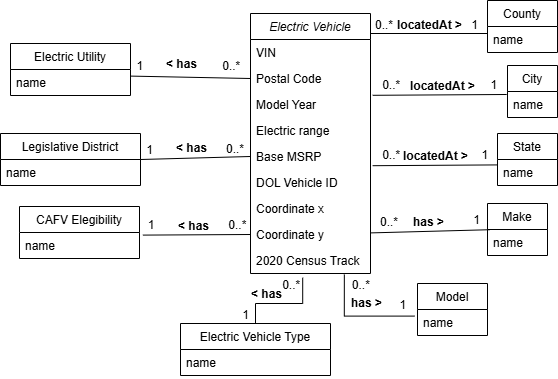
Above: Alejandro_Carrasco_Nunez/images/conceptualizacion.png in AEPIA-WebSemanticaDatosEnlazados/Curso20242025 (draw.io), before the change. Source tidied: cells renumbered, new cells last; positions are measured from the earlier drawing's top-left corner, leaving out a move shared by most shapes. The source it was exported from:
```xml
<mxGraphModel>
  <root>
    <mxCell id="0" />
    <mxCell id="1" parent="0" />
    <mxCell id="2" value="Electric Vehicle" style="swimlane;fontStyle=2;align=center;verticalAlign=top;horizontal=1;startSize=26;rounded=0;shadow=0;strokeWidth=1;" parent="1" vertex="1">
      <mxGeometry x="250" y="13" width="120" height="260" as="geometry" />
    </mxCell>
    <mxCell id="3" value="VIN" style="text;align=left;verticalAlign=top;spacingLeft=4;spacingRight=4;overflow=hidden;" parent="2" vertex="1">
      <mxGeometry y="26" width="120" height="26" as="geometry" />
    </mxCell>
    <mxCell id="4" value="Postal Code" style="text;align=left;verticalAlign=top;spacingLeft=4;spacingRight=4;overflow=hidden;points=[[0,0.5],[1,0.5]];portConstraint=eastwest;rounded=0;shadow=0;html=0;" parent="2" vertex="1">
      <mxGeometry y="52" width="120" height="26" as="geometry" />
    </mxCell>
    <mxCell id="5" value="Model Year" style="text;align=left;verticalAlign=top;spacingLeft=4;spacingRight=4;overflow=hidden;points=[[0,0.5],[1,0.5]];portConstraint=eastwest;rounded=0;shadow=0;html=0;" parent="2" vertex="1">
      <mxGeometry y="78" width="120" height="26" as="geometry" />
    </mxCell>
    <mxCell id="6" value="Electric range" style="text;align=left;verticalAlign=top;spacingLeft=4;spacingRight=4;overflow=hidden;" parent="2" vertex="1">
      <mxGeometry y="104" width="120" height="26" as="geometry" />
    </mxCell>
    <mxCell id="7" value="Base MSRP" style="text;align=left;verticalAlign=top;spacingLeft=4;spacingRight=4;overflow=hidden;points=[[0,0.5],[1,0.5]];portConstraint=eastwest;" parent="2" vertex="1">
      <mxGeometry y="130" width="120" height="26" as="geometry" />
    </mxCell>
    <mxCell id="8" value="DOL Vehicle ID" style="text;align=left;verticalAlign=top;spacingLeft=4;spacingRight=4;overflow=hidden;" parent="2" vertex="1">
      <mxGeometry y="156" width="120" height="26" as="geometry" />
    </mxCell>
    <mxCell id="9" value="Coordinate x" style="text;align=left;verticalAlign=top;spacingLeft=4;spacingRight=4;overflow=hidden;" parent="2" vertex="1">
      <mxGeometry y="182" width="120" height="26" as="geometry" />
    </mxCell>
    <mxCell id="10" value="Coordinate y" style="text;align=left;verticalAlign=top;spacingLeft=4;spacingRight=4;overflow=hidden;points=[[0,0.5],[1,0.5]];portConstraint=eastwest;" parent="2" vertex="1">
      <mxGeometry y="208" width="120" height="26" as="geometry" />
    </mxCell>
    <mxCell id="11" value="2020 Census Track" style="text;align=left;verticalAlign=top;spacingLeft=4;spacingRight=4;overflow=hidden;points=[[0,0.5],[1,0.5]];portConstraint=eastwest;" parent="2" vertex="1">
      <mxGeometry y="234" width="120" height="26" as="geometry" />
    </mxCell>
    <mxCell id="12" value="County" style="swimlane;fontStyle=0;align=center;verticalAlign=top;horizontal=1;startSize=26;rounded=0;shadow=0;strokeWidth=1;" parent="1" vertex="1">
      <mxGeometry x="487" width="70" height="52" as="geometry" />
    </mxCell>
    <mxCell id="13" value="name" style="text;align=left;verticalAlign=top;spacingLeft=4;spacingRight=4;overflow=hidden;" parent="12" vertex="1">
      <mxGeometry y="26" width="70" height="26" as="geometry" />
    </mxCell>
    <mxCell id="14" style="endArrow=none;shadow=0;strokeWidth=1;rounded=0;curved=0;endFill=1;edgeStyle=elbowEdgeStyle;elbow=vertical;startFill=0;" parent="1" edge="1" source="2" target="12">
      <mxGeometry x="0.5" y="41" relative="1" as="geometry">
        <mxPoint x="-40" y="32" as="offset" />
      </mxGeometry>
    </mxCell>
    <mxCell id="15" value="0..*" style="align=left;verticalAlign=bottom;labelBackgroundColor=none;fontSize=12;" parent="14" vertex="1">
      <mxGeometry x="-1" relative="1" as="geometry">
        <mxPoint x="3" as="offset" />
      </mxGeometry>
    </mxCell>
    <mxCell id="16" value="1" style="align=right;verticalAlign=bottom;labelBackgroundColor=none;fontSize=12;" parent="14" vertex="1">
      <mxGeometry x="1" relative="1" as="geometry">
        <mxPoint x="-8" as="offset" />
      </mxGeometry>
    </mxCell>
    <mxCell id="17" value="&lt;b&gt;locatedAt &amp;gt;&lt;/b&gt;" style="text;html=1;align=center;verticalAlign=middle;labelBackgroundColor=none;rounded=0;shadow=0;strokeWidth=1;fontSize=12;" parent="14" vertex="1">
      <mxGeometry x="0.5" y="49" relative="1" as="geometry">
        <mxPoint x="-30" y="40" as="offset" />
      </mxGeometry>
    </mxCell>
    <mxCell id="18" value="City" style="swimlane;fontStyle=0;align=center;verticalAlign=top;horizontal=1;startSize=26;rounded=0;shadow=0;strokeWidth=1;" parent="1" vertex="1">
      <mxGeometry x="507" y="65" width="50" height="52" as="geometry" />
    </mxCell>
    <mxCell id="19" value="name" style="text;align=left;verticalAlign=top;spacingLeft=4;spacingRight=4;overflow=hidden;points=[[0,0.5],[1,0.5]];portConstraint=eastwest;" parent="18" vertex="1">
      <mxGeometry y="26" width="50" height="26" as="geometry" />
    </mxCell>
    <mxCell id="20" value="State" style="swimlane;fontStyle=0;align=center;verticalAlign=top;horizontal=1;startSize=26;rounded=0;shadow=0;strokeWidth=1;" parent="1" vertex="1">
      <mxGeometry x="497" y="133" width="60" height="52" as="geometry" />
    </mxCell>
    <mxCell id="21" value="name" style="text;align=left;verticalAlign=top;spacingLeft=4;spacingRight=4;overflow=hidden;points=[[0,0.5],[1,0.5]];portConstraint=eastwest;" parent="20" vertex="1">
      <mxGeometry y="26" width="60" height="26" as="geometry" />
    </mxCell>
    <mxCell id="22" value="Make" style="swimlane;fontStyle=0;align=center;verticalAlign=top;horizontal=1;startSize=26;rounded=0;shadow=0;strokeWidth=1;" parent="1" vertex="1">
      <mxGeometry x="487" y="203" width="60" height="52" as="geometry" />
    </mxCell>
    <mxCell id="23" value="name" style="text;align=left;verticalAlign=top;spacingLeft=4;spacingRight=4;overflow=hidden;points=[[0,0.5],[1,0.5]];portConstraint=eastwest;" parent="22" vertex="1">
      <mxGeometry y="26" width="60" height="26" as="geometry" />
    </mxCell>
    <mxCell id="24" value="Model" style="swimlane;fontStyle=0;align=center;verticalAlign=top;horizontal=1;startSize=26;rounded=0;shadow=0;strokeWidth=1;" parent="1" vertex="1">
      <mxGeometry x="417" y="283" width="70" height="52" as="geometry" />
    </mxCell>
    <mxCell id="25" value="name" style="text;align=left;verticalAlign=top;spacingLeft=4;spacingRight=4;overflow=hidden;points=[[0,0.5],[1,0.5]];portConstraint=eastwest;" parent="24" vertex="1">
      <mxGeometry y="26" width="70" height="26" as="geometry" />
    </mxCell>
    <mxCell id="26" value="Electric Vehicle Type" style="swimlane;fontStyle=0;align=center;verticalAlign=top;horizontal=1;startSize=26;rounded=0;shadow=0;strokeWidth=1;" parent="1" vertex="1">
      <mxGeometry x="180" y="323" width="150" height="52" as="geometry" />
    </mxCell>
    <mxCell id="27" value="name" style="text;align=left;verticalAlign=top;spacingLeft=4;spacingRight=4;overflow=hidden;" parent="26" vertex="1">
      <mxGeometry y="26" width="150" height="26" as="geometry" />
    </mxCell>
    <mxCell id="28" value="CAFV Elegibility" style="swimlane;fontStyle=0;align=center;verticalAlign=top;horizontal=1;startSize=26;rounded=0;shadow=0;strokeWidth=1;" parent="1" vertex="1">
      <mxGeometry x="19" y="206" width="120" height="52" as="geometry" />
    </mxCell>
    <mxCell id="29" value="name" style="text;align=left;verticalAlign=top;spacingLeft=4;spacingRight=4;overflow=hidden;points=[[0,0.5],[1,0.5]];portConstraint=eastwest;" parent="28" vertex="1">
      <mxGeometry y="26" width="120" height="26" as="geometry" />
    </mxCell>
    <mxCell id="30" value="Legislative District" style="swimlane;fontStyle=0;align=center;verticalAlign=top;horizontal=1;startSize=26;rounded=0;shadow=0;strokeWidth=1;" parent="1" vertex="1">
      <mxGeometry y="133" width="140" height="52" as="geometry" />
    </mxCell>
    <mxCell id="31" value="name" style="text;align=left;verticalAlign=top;spacingLeft=4;spacingRight=4;overflow=hidden;" parent="30" vertex="1">
      <mxGeometry y="26" width="140" height="26" as="geometry" />
    </mxCell>
    <mxCell id="32" value="Electric Utility" style="swimlane;fontStyle=0;align=center;verticalAlign=top;horizontal=1;startSize=26;rounded=0;shadow=0;strokeWidth=1;" parent="1" vertex="1">
      <mxGeometry x="10" y="43" width="120" height="52" as="geometry" />
    </mxCell>
    <mxCell id="33" value="name" style="text;align=left;verticalAlign=top;spacingLeft=4;spacingRight=4;overflow=hidden;points=[[0,0.5],[1,0.5]];portConstraint=eastwest;" parent="32" vertex="1">
      <mxGeometry y="26" width="120" height="26" as="geometry" />
    </mxCell>
    <mxCell id="34" style="endArrow=none;shadow=0;strokeWidth=1;rounded=0;endFill=1;elbow=vertical;startFill=0;entryX=-0.016;entryY=0.115;entryDx=0;entryDy=0;exitX=1.018;exitY=0.146;exitDx=0;exitDy=0;exitPerimeter=0;entryPerimeter=0;" parent="1" edge="1" source="5" target="19">
      <mxGeometry x="0.5" y="41" relative="1" as="geometry">
        <mxPoint x="-40" y="32" as="offset" />
      </mxGeometry>
    </mxCell>
    <mxCell id="35" value="0..*" style="align=left;verticalAlign=bottom;labelBackgroundColor=none;fontSize=12;" parent="34" vertex="1">
      <mxGeometry x="-1" relative="1" as="geometry">
        <mxPoint x="8" y="-2" as="offset" />
      </mxGeometry>
    </mxCell>
    <mxCell id="36" value="1" style="align=right;verticalAlign=bottom;labelBackgroundColor=none;fontSize=12;" parent="34" vertex="1">
      <mxGeometry x="1" relative="1" as="geometry">
        <mxPoint x="-8" y="-1" as="offset" />
      </mxGeometry>
    </mxCell>
    <mxCell id="37" value="&lt;b&gt;locatedAt &amp;gt;&lt;/b&gt;" style="text;html=1;align=center;verticalAlign=middle;labelBackgroundColor=none;rounded=0;shadow=0;strokeWidth=1;fontSize=12;" parent="34" vertex="1">
      <mxGeometry x="0.5" y="49" relative="1" as="geometry">
        <mxPoint x="-31" y="40" as="offset" />
      </mxGeometry>
    </mxCell>
    <mxCell id="38" style="endArrow=none;shadow=0;strokeWidth=1;rounded=0;endFill=1;elbow=vertical;startFill=0;entryX=0;entryY=0.208;entryDx=0;entryDy=0;exitX=1.018;exitY=0.854;exitDx=0;exitDy=0;exitPerimeter=0;entryPerimeter=0;" parent="1" edge="1" source="7" target="21">
      <mxGeometry x="0.5" y="41" relative="1" as="geometry">
        <mxPoint x="-40" y="32" as="offset" />
      </mxGeometry>
    </mxCell>
    <mxCell id="39" value="0..*" style="align=left;verticalAlign=bottom;labelBackgroundColor=none;fontSize=12;" parent="38" vertex="1">
      <mxGeometry x="-1" relative="1" as="geometry">
        <mxPoint x="8" y="-2" as="offset" />
      </mxGeometry>
    </mxCell>
    <mxCell id="40" value="1" style="align=right;verticalAlign=bottom;labelBackgroundColor=none;fontSize=12;" parent="38" vertex="1">
      <mxGeometry x="1" relative="1" as="geometry">
        <mxPoint x="-8" y="-1" as="offset" />
      </mxGeometry>
    </mxCell>
    <mxCell id="41" value="&lt;b&gt;locatedAt &amp;gt;&lt;/b&gt;" style="text;html=1;align=center;verticalAlign=middle;labelBackgroundColor=none;rounded=0;shadow=0;strokeWidth=1;fontSize=12;" parent="38" vertex="1">
      <mxGeometry x="0.5" y="49" relative="1" as="geometry">
        <mxPoint x="-31" y="40" as="offset" />
      </mxGeometry>
    </mxCell>
    <mxCell id="42" style="endArrow=none;shadow=0;strokeWidth=1;rounded=0;endFill=1;elbow=vertical;startFill=0;entryX=0.04;entryY=0.008;entryDx=0;entryDy=0;entryPerimeter=0;" parent="1" edge="1" source="10" target="23">
      <mxGeometry x="0.5" y="41" relative="1" as="geometry">
        <mxPoint x="-40" y="32" as="offset" />
      </mxGeometry>
    </mxCell>
    <mxCell id="43" value="0..*" style="align=left;verticalAlign=bottom;labelBackgroundColor=none;fontSize=12;" parent="42" vertex="1">
      <mxGeometry x="-1" relative="1" as="geometry">
        <mxPoint x="8" y="-2" as="offset" />
      </mxGeometry>
    </mxCell>
    <mxCell id="44" value="1" style="align=right;verticalAlign=bottom;labelBackgroundColor=none;fontSize=12;" parent="42" vertex="1">
      <mxGeometry x="1" relative="1" as="geometry">
        <mxPoint x="-8" y="-1" as="offset" />
      </mxGeometry>
    </mxCell>
    <mxCell id="45" value="&lt;b&gt;has &amp;gt;&lt;/b&gt;" style="text;html=1;align=center;verticalAlign=middle;labelBackgroundColor=none;rounded=0;shadow=0;strokeWidth=1;fontSize=12;" parent="42" vertex="1">
      <mxGeometry x="0.5" y="49" relative="1" as="geometry">
        <mxPoint x="-31" y="40" as="offset" />
      </mxGeometry>
    </mxCell>
    <mxCell id="46" style="endArrow=none;shadow=0;strokeWidth=1;rounded=0;endFill=1;elbow=vertical;startFill=0;entryX=-0.043;entryY=0.254;entryDx=0;entryDy=0;entryPerimeter=0;exitX=0.782;exitY=1.038;exitDx=0;exitDy=0;exitPerimeter=0;edgeStyle=orthogonalEdgeStyle;" parent="1" edge="1" source="11" target="25">
      <mxGeometry x="0.5" y="41" relative="1" as="geometry">
        <mxPoint x="-40" y="32" as="offset" />
      </mxGeometry>
    </mxCell>
    <mxCell id="47" value="0..*" style="align=left;verticalAlign=bottom;labelBackgroundColor=none;fontSize=12;" parent="46" vertex="1">
      <mxGeometry x="-1" relative="1" as="geometry">
        <mxPoint x="6" y="19" as="offset" />
      </mxGeometry>
    </mxCell>
    <mxCell id="48" value="1" style="align=right;verticalAlign=bottom;labelBackgroundColor=none;fontSize=12;" parent="46" vertex="1">
      <mxGeometry x="1" relative="1" as="geometry">
        <mxPoint x="-7" y="-3" as="offset" />
      </mxGeometry>
    </mxCell>
    <mxCell id="49" value="&lt;b&gt;has &amp;gt;&lt;/b&gt;" style="text;html=1;align=center;verticalAlign=middle;labelBackgroundColor=none;rounded=0;shadow=0;strokeWidth=1;fontSize=12;" parent="46" vertex="1">
      <mxGeometry x="0.5" y="49" relative="1" as="geometry">
        <mxPoint x="-21" y="36" as="offset" />
      </mxGeometry>
    </mxCell>
    <mxCell id="50" style="endArrow=none;shadow=0;strokeWidth=1;rounded=0;endFill=1;elbow=vertical;startFill=0;entryX=0.5;entryY=0;entryDx=0;entryDy=0;exitX=0.435;exitY=1.162;exitDx=0;exitDy=0;exitPerimeter=0;edgeStyle=orthogonalEdgeStyle;" parent="1" edge="1" source="11" target="26">
      <mxGeometry x="0.5" y="41" relative="1" as="geometry">
        <Array as="points">
          <mxPoint x="302" y="303" />
          <mxPoint x="255" y="303" />
        </Array>
        <mxPoint x="-40" y="32" as="offset" />
      </mxGeometry>
    </mxCell>
    <mxCell id="51" value="0..*" style="align=left;verticalAlign=bottom;labelBackgroundColor=none;fontSize=12;" parent="50" vertex="1">
      <mxGeometry x="-1" relative="1" as="geometry">
        <mxPoint x="-22" y="16" as="offset" />
      </mxGeometry>
    </mxCell>
    <mxCell id="52" value="1" style="align=right;verticalAlign=bottom;labelBackgroundColor=none;fontSize=12;" parent="50" vertex="1">
      <mxGeometry x="1" relative="1" as="geometry">
        <mxPoint x="-5" as="offset" />
      </mxGeometry>
    </mxCell>
    <mxCell id="53" value="&lt;b&gt;&amp;lt; has&lt;/b&gt;" style="text;html=1;align=center;verticalAlign=middle;labelBackgroundColor=none;rounded=0;shadow=0;strokeWidth=1;fontSize=12;" parent="50" vertex="1">
      <mxGeometry x="0.5" y="49" relative="1" as="geometry">
        <mxPoint x="8" y="-59" as="offset" />
      </mxGeometry>
    </mxCell>
    <mxCell id="54" style="endArrow=none;shadow=0;strokeWidth=1;rounded=0;endFill=1;elbow=vertical;startFill=0;entryX=0;entryY=0.5;entryDx=0;entryDy=0;exitX=1.028;exitY=0.1;exitDx=0;exitDy=0;exitPerimeter=0;" parent="1" edge="1" source="29" target="10">
      <mxGeometry x="0.5" y="41" relative="1" as="geometry">
        <mxPoint x="-40" y="32" as="offset" />
      </mxGeometry>
    </mxCell>
    <mxCell id="55" value="0..*" style="align=left;verticalAlign=bottom;labelBackgroundColor=none;fontSize=12;" parent="54" vertex="1">
      <mxGeometry x="-1" relative="1" as="geometry">
        <mxPoint x="84" y="-2" as="offset" />
      </mxGeometry>
    </mxCell>
    <mxCell id="56" value="1" style="align=right;verticalAlign=bottom;labelBackgroundColor=none;fontSize=12;" parent="54" vertex="1">
      <mxGeometry x="1" relative="1" as="geometry">
        <mxPoint x="-95" y="-1" as="offset" />
      </mxGeometry>
    </mxCell>
    <mxCell id="57" value="&lt;b&gt;&amp;lt; has&lt;/b&gt;" style="text;html=1;align=center;verticalAlign=middle;labelBackgroundColor=none;rounded=0;shadow=0;strokeWidth=1;fontSize=12;" parent="54" vertex="1">
      <mxGeometry x="0.5" y="49" relative="1" as="geometry">
        <mxPoint x="-31" y="40" as="offset" />
      </mxGeometry>
    </mxCell>
    <mxCell id="58" style="endArrow=none;shadow=0;strokeWidth=1;rounded=0;endFill=1;elbow=vertical;startFill=0;entryX=0;entryY=0.5;entryDx=0;entryDy=0;exitX=1;exitY=0.5;exitDx=0;exitDy=0;" parent="1" edge="1" source="30" target="7">
      <mxGeometry x="0.5" y="41" relative="1" as="geometry">
        <mxPoint x="-40" y="32" as="offset" />
      </mxGeometry>
    </mxCell>
    <mxCell id="59" value="0..*" style="align=left;verticalAlign=bottom;labelBackgroundColor=none;fontSize=12;" parent="58" vertex="1">
      <mxGeometry x="-1" relative="1" as="geometry">
        <mxPoint x="84" y="-2" as="offset" />
      </mxGeometry>
    </mxCell>
    <mxCell id="60" value="1" style="align=right;verticalAlign=bottom;labelBackgroundColor=none;fontSize=12;" parent="58" vertex="1">
      <mxGeometry x="1" relative="1" as="geometry">
        <mxPoint x="-96" y="2" as="offset" />
      </mxGeometry>
    </mxCell>
    <mxCell id="61" value="&lt;b&gt;&amp;lt; has&lt;/b&gt;" style="text;html=1;align=center;verticalAlign=middle;labelBackgroundColor=none;rounded=0;shadow=0;strokeWidth=1;fontSize=12;" parent="58" vertex="1">
      <mxGeometry x="0.5" y="49" relative="1" as="geometry">
        <mxPoint x="-31" y="40" as="offset" />
      </mxGeometry>
    </mxCell>
    <mxCell id="62" style="endArrow=none;shadow=0;strokeWidth=1;rounded=0;endFill=1;elbow=vertical;startFill=0;entryX=0;entryY=0.5;entryDx=0;entryDy=0;exitX=1.002;exitY=0.254;exitDx=0;exitDy=0;exitPerimeter=0;" parent="1" edge="1" source="33" target="4">
      <mxGeometry x="0.5" y="41" relative="1" as="geometry">
        <mxPoint x="-40" y="32" as="offset" />
      </mxGeometry>
    </mxCell>
    <mxCell id="63" value="0..*" style="align=left;verticalAlign=bottom;labelBackgroundColor=none;fontSize=12;" parent="62" vertex="1">
      <mxGeometry x="-1" relative="1" as="geometry">
        <mxPoint x="90" y="-2" as="offset" />
      </mxGeometry>
    </mxCell>
    <mxCell id="64" value="1" style="align=right;verticalAlign=bottom;labelBackgroundColor=none;fontSize=12;" parent="62" vertex="1">
      <mxGeometry x="1" relative="1" as="geometry">
        <mxPoint x="-106" y="-4" as="offset" />
      </mxGeometry>
    </mxCell>
    <mxCell id="65" value="&lt;b&gt;&amp;lt; has&lt;/b&gt;" style="text;html=1;align=center;verticalAlign=middle;labelBackgroundColor=none;rounded=0;shadow=0;strokeWidth=1;fontSize=12;" parent="62" vertex="1">
      <mxGeometry x="0.5" y="49" relative="1" as="geometry">
        <mxPoint x="-41" y="35" as="offset" />
      </mxGeometry>
    </mxCell>
  </root>
</mxGraphModel>
```
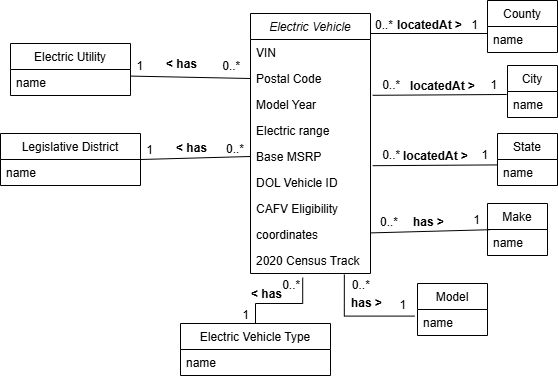
The same diagram one commit later.

Commit message:
Nueva imagen conceptualizacion

What changed in the source:
```diff
@@ -23,10 +23,10 @@
     <mxCell id="8" value="DOL Vehicle ID" style="text;align=left;verticalAlign=top;spacingLeft=4;spacingRight=4;overflow=hidden;" parent="2" vertex="1">
       <mxGeometry y="156" width="120" height="26" as="geometry" />
     </mxCell>
-    <mxCell id="9" value="Coordinate x" style="text;align=left;verticalAlign=top;spacingLeft=4;spacingRight=4;overflow=hidden;" parent="2" vertex="1">
+    <mxCell id="9" value="CAFV Eligibility" style="text;align=left;verticalAlign=top;spacingLeft=4;spacingRight=4;overflow=hidden;" parent="2" vertex="1">
       <mxGeometry y="182" width="120" height="26" as="geometry" />
     </mxCell>
-    <mxCell id="10" value="Coordinate y" style="text;align=left;verticalAlign=top;spacingLeft=4;spacingRight=4;overflow=hidden;points=[[0,0.5],[1,0.5]];portConstraint=eastwest;" parent="2" vertex="1">
+    <mxCell id="10" value="coordinates" style="text;align=left;verticalAlign=top;spacingLeft=4;spacingRight=4;overflow=hidden;points=[[0,0.5],[1,0.5]];portConstraint=eastwest;" parent="2" vertex="1">
       <mxGeometry y="208" width="120" height="26" as="geometry" />
     </mxCell>
     <mxCell id="11" value="2020 Census Track" style="text;align=left;verticalAlign=top;spacingLeft=4;spacingRight=4;overflow=hidden;points=[[0,0.5],[1,0.5]];portConstraint=eastwest;" parent="2" vertex="1">
@@ -88,12 +88,6 @@
     <mxCell id="27" value="name" style="text;align=left;verticalAlign=top;spacingLeft=4;spacingRight=4;overflow=hidden;" parent="26" vertex="1">
       <mxGeometry y="26" width="150" height="26" as="geometry" />
     </mxCell>
-    <mxCell id="28" value="CAFV Elegibility" style="swimlane;fontStyle=0;align=center;verticalAlign=top;horizontal=1;startSize=26;rounded=0;shadow=0;strokeWidth=1;" parent="1" vertex="1">
-      <mxGeometry x="19" y="206" width="120" height="52" as="geometry" />
-    </mxCell>
-    <mxCell id="29" value="name" style="text;align=left;verticalAlign=top;spacingLeft=4;spacingRight=4;overflow=hidden;points=[[0,0.5],[1,0.5]];portConstraint=eastwest;" parent="28" vertex="1">
-      <mxGeometry y="26" width="120" height="26" as="geometry" />
-    </mxCell>
     <mxCell id="30" value="Legislative District" style="swimlane;fontStyle=0;align=center;verticalAlign=top;horizontal=1;startSize=26;rounded=0;shadow=0;strokeWidth=1;" parent="1" vertex="1">
       <mxGeometry y="133" width="140" height="52" as="geometry" />
     </mxCell>
@@ -210,26 +204,6 @@
         <mxPoint x="8" y="-59" as="offset" />
       </mxGeometry>
     </mxCell>
-    <mxCell id="54" style="endArrow=none;shadow=0;strokeWidth=1;rounded=0;endFill=1;elbow=vertical;startFill=0;entryX=0;entryY=0.5;entryDx=0;entryDy=0;exitX=1.028;exitY=0.1;exitDx=0;exitDy=0;exitPerimeter=0;" parent="1" edge="1" source="29" target="10">
-      <mxGeometry x="0.5" y="41" relative="1" as="geometry">
-        <mxPoint x="-40" y="32" as="offset" />
-      </mxGeometry>
-    </mxCell>
-    <mxCell id="55" value="0..*" style="align=left;verticalAlign=bottom;labelBackgroundColor=none;fontSize=12;" parent="54" vertex="1">
-      <mxGeometry x="-1" relative="1" as="geometry">
-        <mxPoint x="84" y="-2" as="offset" />
-      </mxGeometry>
-    </mxCell>
-    <mxCell id="56" value="1" style="align=right;verticalAlign=bottom;labelBackgroundColor=none;fontSize=12;" parent="54" vertex="1">
-      <mxGeometry x="1" relative="1" as="geometry">
-        <mxPoint x="-95" y="-1" as="offset" />
-      </mxGeometry>
-    </mxCell>
-    <mxCell id="57" value="&lt;b&gt;&amp;lt; has&lt;/b&gt;" style="text;html=1;align=center;verticalAlign=middle;labelBackgroundColor=none;rounded=0;shadow=0;strokeWidth=1;fontSize=12;" parent="54" vertex="1">
-      <mxGeometry x="0.5" y="49" relative="1" as="geometry">
-        <mxPoint x="-31" y="40" as="offset" />
-      </mxGeometry>
-    </mxCell>
     <mxCell id="58" style="endArrow=none;shadow=0;strokeWidth=1;rounded=0;endFill=1;elbow=vertical;startFill=0;entryX=0;entryY=0.5;entryDx=0;entryDy=0;exitX=1;exitY=0.5;exitDx=0;exitDy=0;" parent="1" edge="1" source="30" target="7">
       <mxGeometry x="0.5" y="41" relative="1" as="geometry">
         <mxPoint x="-40" y="32" as="offset" />
```
